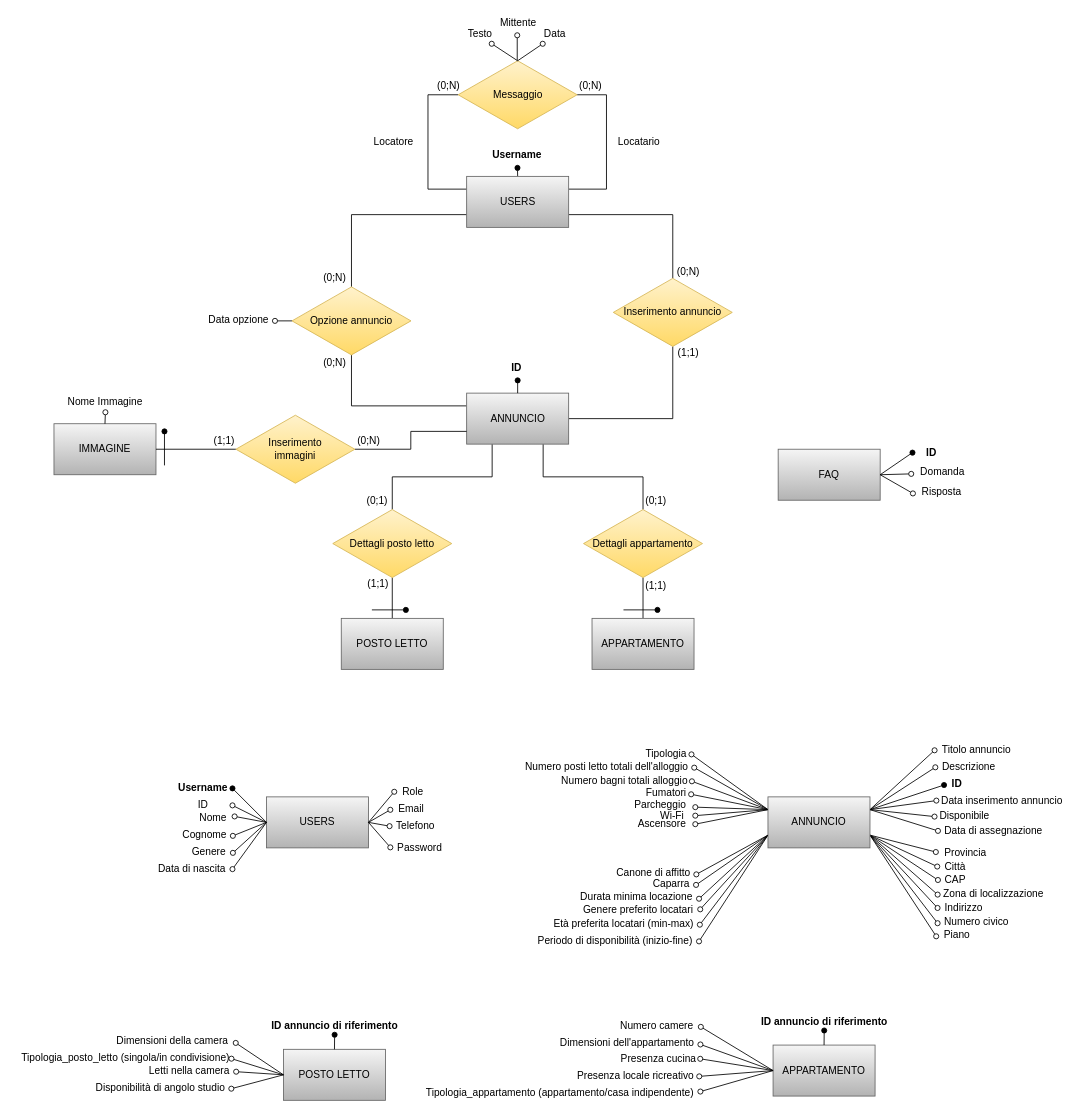
Above: Database/Schema_ER_database.drawio in fd-col/RentAdvisor (draw.io), before the change. Source tidied: cells renumbered, new cells numbered last; positions are measured from the earlier drawing's top-left corner, leaving out a move shared by most shapes. Both pictures are drawn from the tidied source at 85%, with x=0, y=0 at pixel (14, 14).
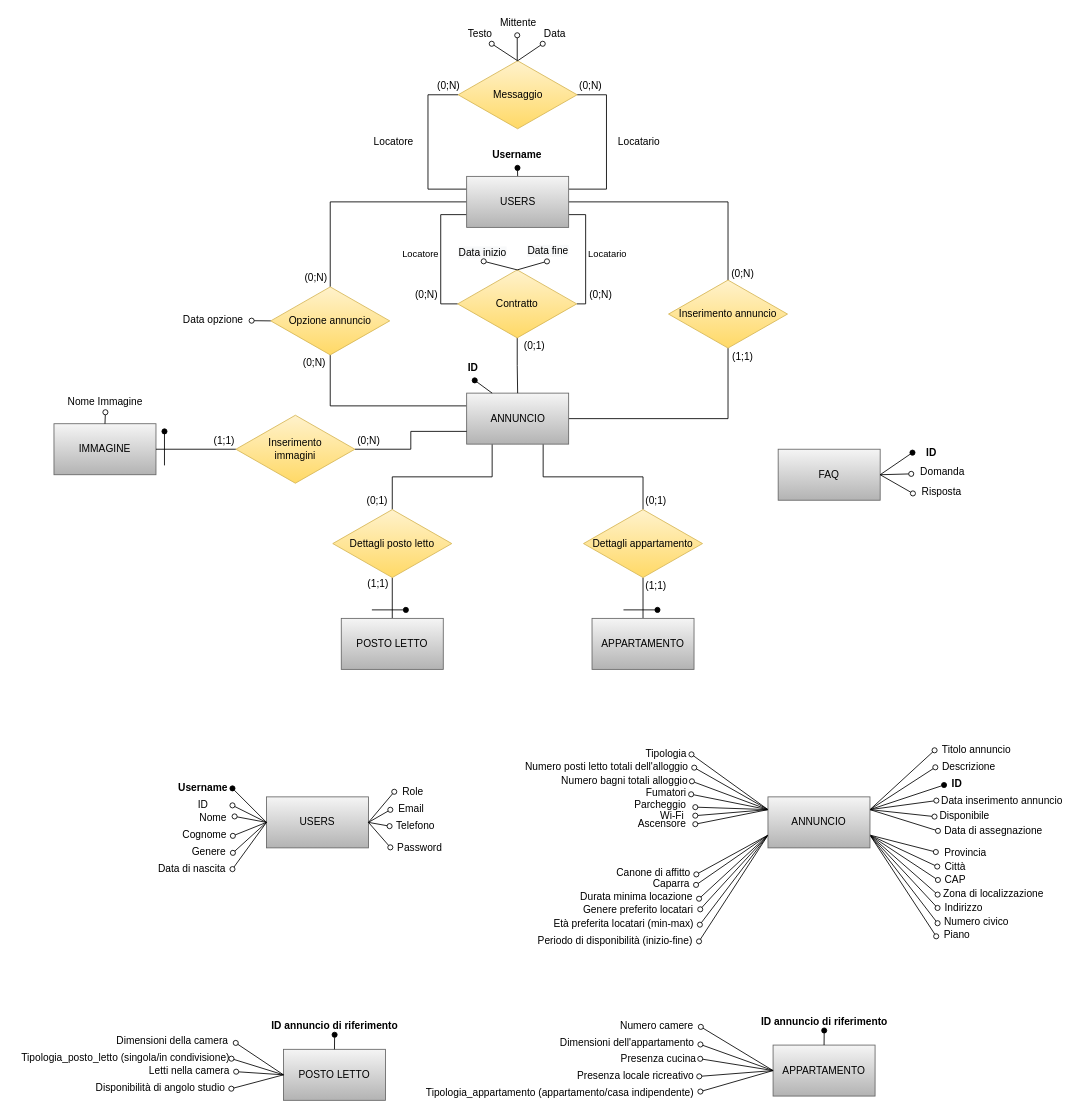
Above is the later version.

Commit message (it also covers changes not shown here):
Creazione e collegamento tabella contratto

The change refers to these unchanged cells:
```xml
<mxCell id="11" value="ANNUNCIO" style="rounded=0;whiteSpace=wrap;html=1;fillColor=#f5f5f5;gradientColor=#b3b3b3;strokeColor=#666666;" parent="1" vertex="1">
  <mxGeometry x="531.5" y="445" width="120" height="60" as="geometry" />
</mxCell>
<mxCell id="122" value="USERS" style="rounded=0;whiteSpace=wrap;html=1;fillColor=#f5f5f5;gradientColor=#b3b3b3;strokeColor=#666666;" parent="1" vertex="1">
  <mxGeometry x="531.5" y="190" width="120" height="60" as="geometry" />
</mxCell>
```

The edit, as a diff of the source:
```diff
@@
-    <mxCell id="2" style="edgeStyle=orthogonalEdgeStyle;rounded=0;jettySize=auto;html=1;entryX=0.5;entryY=0;entryDx=0;entryDy=0;endArrow=none;endFill=0;exitX=0;exitY=0.75;exitDx=0;exitDy=0;" parent="1" edge="1" source="122" target="13">
+    <mxCell id="2" style="edgeStyle=orthogonalEdgeStyle;rounded=0;jettySize=auto;html=1;entryX=0.5;entryY=0;entryDx=0;entryDy=0;endArrow=none;endFill=0;exitX=0;exitY=0.5;exitDx=0;exitDy=0;" parent="1" edge="1" source="122" target="13">
       <mxGeometry relative="1" as="geometry" />
     </mxCell>
@@
     <mxCell id="8" style="edgeStyle=orthogonalEdgeStyle;rounded=0;jettySize=auto;html=1;entryX=0.5;entryY=1;entryDx=0;entryDy=0;endArrow=none;endFill=0;exitX=0;exitY=0.25;exitDx=0;exitDy=0;" parent="1" edge="1" source="11" target="13">
       <mxGeometry relative="1" as="geometry">
         <Array as="points">
-          <mxPoint x="396" y="460" />
+          <mxPoint x="371" y="460" />
         </Array>
       </mxGeometry>
     </mxCell>
@@
     <mxCell id="13" value="Opzione annuncio" style="rhombus;whiteSpace=wrap;html=1;fillColor=#fff2cc;gradientColor=#ffd966;strokeColor=#d6b656;" parent="1" vertex="1">
-      <mxGeometry x="326" y="320" width="140" height="80" as="geometry" />
+      <mxGeometry x="301" y="320" width="140" height="80" as="geometry" />
     </mxCell>
-    <mxCell id="14" style="edgeStyle=orthogonalEdgeStyle;rounded=0;jettySize=auto;html=1;entryX=1;entryY=0.75;entryDx=0;entryDy=0;endArrow=none;endFill=0;exitX=0.5;exitY=0;exitDx=0;exitDy=0;" parent="1" edge="1" source="15" target="122">
+    <mxCell id="14" style="edgeStyle=orthogonalEdgeStyle;rounded=0;jettySize=auto;html=1;entryX=1;entryY=0.5;entryDx=0;entryDy=0;endArrow=none;endFill=0;exitX=0.5;exitY=0;exitDx=0;exitDy=0;" parent="1" edge="1" source="15" target="122">
       <mxGeometry relative="1" as="geometry">
         <Array as="points">
-          <mxPoint x="774" y="235" />
+          <mxPoint x="839" y="220" />
         </Array>
       </mxGeometry>
     </mxCell>
     <mxCell id="15" value="Inserimento annuncio" style="rhombus;whiteSpace=wrap;html=1;fillColor=#fff2cc;gradientColor=#ffd966;strokeColor=#d6b656;" parent="1" vertex="1">
-      <mxGeometry x="704" y="310" width="140" height="80" as="geometry" />
+      <mxGeometry x="769" y="312" width="140" height="80" as="geometry" />
     </mxCell>
     <mxCell id="16" value="(0;N)" style="text;html=1;align=center;verticalAlign=middle;strokeColor=none;fillColor=none;" parent="1" vertex="1">
-      <mxGeometry x="356" y="300" width="40" height="20" as="geometry" />
+      <mxGeometry x="334" y="300" width="40" height="20" as="geometry" />
     </mxCell>
     <mxCell id="17" value="(0;N)" style="text;html=1;align=center;verticalAlign=middle;strokeColor=none;fillColor=none;" parent="1" vertex="1">
-      <mxGeometry x="356" y="400" width="40" height="20" as="geometry" />
+      <mxGeometry x="332" y="400" width="40" height="20" as="geometry" />
     </mxCell>
     <mxCell id="18" value="(1;1)" style="text;html=1;align=center;verticalAlign=middle;strokeColor=none;fillColor=none;" parent="1" vertex="1">
-      <mxGeometry x="772" y="388" width="40" height="20" as="geometry" />
+      <mxGeometry x="836" y="392" width="40" height="20" as="geometry" />
     </mxCell>
     <mxCell id="19" value="(0;N)" style="text;html=1;align=center;verticalAlign=middle;strokeColor=none;fillColor=none;" parent="1" vertex="1">
-      <mxGeometry x="772" y="292" width="40" height="20" as="geometry" />
+      <mxGeometry x="836" y="295" width="40" height="20" as="geometry" />
     </mxCell>
@@
     <mxCell id="104" value="ID&amp;nbsp;" style="text;html=1;strokeColor=none;fillColor=none;align=center;verticalAlign=middle;whiteSpace=wrap;rounded=0;fontStyle=1;" parent="1" vertex="1">
-      <mxGeometry x="551.5" y="400" width="80" height="30" as="geometry" />
+      <mxGeometry x="501" y="400" width="80" height="30" as="geometry" />
     </mxCell>
-    <mxCell id="105" style="endArrow=oval;html=1;rounded=0;exitX=0.5;exitY=0;exitDx=0;exitDy=0;endFill=1;entryX=0.5;entryY=1;entryDx=0;entryDy=0;" parent="1" edge="1" source="11" target="104">
+    <mxCell id="105" style="endArrow=oval;html=1;rounded=0;exitX=0.25;exitY=0;exitDx=0;exitDy=0;endFill=1;entryX=0.5;entryY=1;entryDx=0;entryDy=0;" parent="1" edge="1" source="11" target="104">
       <mxGeometry relative="1" as="geometry" />
     </mxCell>
@@
+    <mxCell id="161" style="edgeStyle=orthogonalEdgeStyle;rounded=0;jettySize=auto;html=1;exitX=1;exitY=0.75;exitDx=0;exitDy=0;entryX=1;entryY=0.5;entryDx=0;entryDy=0;endArrow=none;endFill=0;" parent="1" edge="1" source="122" target="166">
+      <mxGeometry relative="1" as="geometry" />
+    </mxCell>
+    <mxCell id="162" value="Locatario" style="edgeLabel;html=1;align=center;verticalAlign=middle;" parent="161" vertex="1">
+      <mxGeometry x="0.08" relative="1" as="geometry">
+        <mxPoint x="25" y="-8" as="offset" />
+      </mxGeometry>
+    </mxCell>
+    <mxCell id="163" style="edgeStyle=orthogonalEdgeStyle;rounded=0;jettySize=auto;html=1;exitX=0;exitY=0.75;exitDx=0;exitDy=0;entryX=0;entryY=0.5;entryDx=0;entryDy=0;endArrow=none;endFill=0;" parent="1" edge="1" source="122" target="166">
+      <mxGeometry relative="1" as="geometry" />
+    </mxCell>
+    <mxCell id="164" value="Locatore" style="edgeLabel;html=1;align=center;verticalAlign=middle;" parent="163" vertex="1">
+      <mxGeometry y="1" relative="1" as="geometry">
+        <mxPoint x="-26" y="-2" as="offset" />
+      </mxGeometry>
+    </mxCell>
@@
-    <mxCell id="157" style="endArrow=oval;html=1;rounded=0;endFill=0;exitX=0;exitY=0.5;exitDx=0;exitDy=0;" parent="1" edge="1" source="13">
-      <mxGeometry relative="1" as="geometry">
-        <mxPoint x="306" y="360" as="targetPoint" />
-      </mxGeometry>
+    <mxCell id="157" style="endArrow=oval;html=1;rounded=0;endFill=0;exitX=0;exitY=0.5;exitDx=0;exitDy=0;entryX=1.006;entryY=0.539;entryDx=0;entryDy=0;entryPerimeter=0;" parent="1" edge="1" source="13" target="158">
+      <mxGeometry relative="1" as="geometry" />
     </mxCell>
     <mxCell id="158" value="Data opzione" style="text;html=1;align=center;verticalAlign=middle;points=[];strokeColor=none;fillColor=none;" parent="1" vertex="1">
-      <mxGeometry x="218" y="349" width="90" height="20" as="geometry" />
+      <mxGeometry x="188" y="349" width="90" height="20" as="geometry" />
     </mxCell>
@@
+    <mxCell id="165" style="edgeStyle=orthogonalEdgeStyle;rounded=0;jettySize=auto;html=1;entryX=0.5;entryY=0;entryDx=0;entryDy=0;endArrow=none;endFill=0;" parent="1" edge="1" source="166" target="11">
+      <mxGeometry relative="1" as="geometry" />
+    </mxCell>
+    <mxCell id="166" value="Contratto" style="rhombus;whiteSpace=wrap;html=1;fillColor=#fff2cc;gradientColor=#ffd966;strokeColor=#d6b656;" parent="1" vertex="1">
+      <mxGeometry x="521" y="300" width="140" height="80" as="geometry" />
+    </mxCell>
+    <mxCell id="167" value="(0;N)" style="text;html=1;align=center;verticalAlign=middle;strokeColor=none;fillColor=none;" parent="1" vertex="1">
+      <mxGeometry x="669" y="320" width="40" height="20" as="geometry" />
+    </mxCell>
+    <mxCell id="168" value="(0;N)" style="text;html=1;align=center;verticalAlign=middle;strokeColor=none;fillColor=none;" parent="1" vertex="1">
+      <mxGeometry x="464" y="320" width="40" height="20" as="geometry" />
+    </mxCell>
+    <mxCell id="169" value="(0;1)" style="text;html=1;align=center;verticalAlign=middle;strokeColor=none;fillColor=none;" parent="1" vertex="1">
+      <mxGeometry x="590.5" y="380" width="40" height="20" as="geometry" />
+    </mxCell>
+    <mxCell id="170" style="endArrow=oval;html=1;rounded=0;endFill=0;exitX=0.5;exitY=0;exitDx=0;exitDy=0;" parent="1" edge="1" source="166">
+      <mxGeometry relative="1" as="geometry">
+        <mxPoint x="626" y="290" as="targetPoint" />
+      </mxGeometry>
+    </mxCell>
+    <mxCell id="171" value="&lt;span style=&quot;color: rgb(0, 0, 0); font-family: Helvetica; font-size: 12px; font-style: normal; font-variant-ligatures: normal; font-variant-caps: normal; font-weight: 400; letter-spacing: normal; orphans: 2; text-align: center; text-indent: 0px; text-transform: none; widows: 2; word-spacing: 0px; -webkit-text-stroke-width: 0px; background-color: rgb(248, 249, 250); text-decoration-thickness: initial; text-decoration-style: initial; text-decoration-color: initial; float: none; display: inline !important;&quot;&gt;Data fine&lt;br&gt;&lt;/span&gt;" style="text;html=1;align=center;verticalAlign=middle;strokeColor=none;fillColor=none;" parent="1" vertex="1">
+      <mxGeometry x="596.5" y="268" width="60" height="20" as="geometry" />
+    </mxCell>
+    <mxCell id="172" value="&lt;span style=&quot;color: rgb(0, 0, 0); font-family: Helvetica; font-size: 12px; font-style: normal; font-variant-ligatures: normal; font-variant-caps: normal; font-weight: 400; letter-spacing: normal; orphans: 2; text-align: center; text-indent: 0px; text-transform: none; widows: 2; word-spacing: 0px; -webkit-text-stroke-width: 0px; background-color: rgb(248, 249, 250); text-decoration-thickness: initial; text-decoration-style: initial; text-decoration-color: initial; float: none; display: inline !important;&quot;&gt;Data inizio&lt;/span&gt;" style="text;html=1;align=center;verticalAlign=middle;points=[];strokeColor=none;fillColor=none;" parent="1" vertex="1">
+      <mxGeometry x="515" y="270" width="70" height="20" as="geometry" />
+    </mxCell>
+    <mxCell id="173" style="endArrow=oval;html=1;rounded=0;endFill=0;exitX=0.5;exitY=0;exitDx=0;exitDy=0;entryX=0.522;entryY=0.996;entryDx=0;entryDy=0;entryPerimeter=0;" parent="1" edge="1" source="166" target="172">
+      <mxGeometry relative="1" as="geometry" />
+    </mxCell>
```
